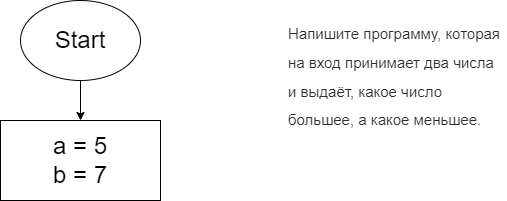
Before: Task101/diagrame.drawio.png, a diagram exported from draw.io (DmitriyMorin/HomeWork). Source tidied: cells renumbered, new cells last; positions are measured from the earlier drawing's top-left corner, leaving out a move shared by most shapes.
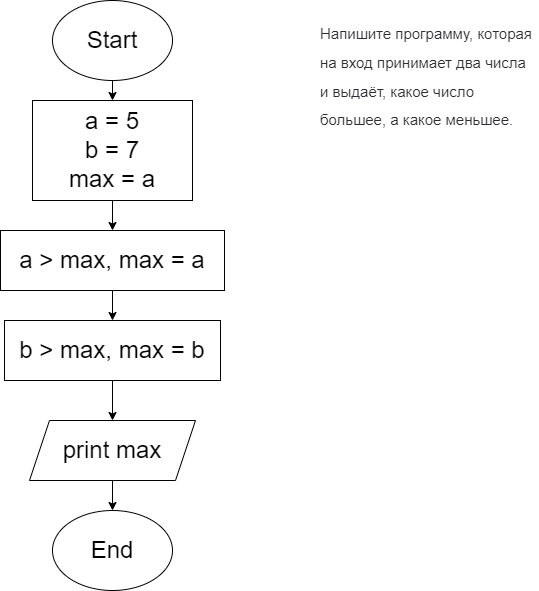
The same file after the commit.

Diff of the diagram source:
```diff
@@ -11,8 +11,32 @@
     <mxCell id="4" value="&lt;span style=&quot;color: rgb(44, 45, 48); font-family: roboto, &amp;quot;san francisco&amp;quot;, &amp;quot;helvetica neue&amp;quot;, helvetica, arial; font-size: 15px; font-style: normal; font-weight: 400; letter-spacing: normal; text-indent: 0px; text-transform: none; word-spacing: 0px; background-color: rgb(255, 255, 255); display: inline; float: none;&quot;&gt;Напишите программу, которая на вход принимает два числа и выдаёт, какое число большее, а какое меньшее.&lt;/span&gt;" style="text;whiteSpace=wrap;html=1;fontSize=24;" parent="1" vertex="1">
       <mxGeometry x="286" y="10" width="220" height="120" as="geometry" />
     </mxCell>
+    <mxCell id="6" style="edgeStyle=none;html=1;exitX=0.5;exitY=1;exitDx=0;exitDy=0;entryX=0.5;entryY=0;entryDx=0;entryDy=0;fontSize=24;" parent="1" edge="1" source="5" target="8">
+      <mxGeometry relative="1" as="geometry" />
+    </mxCell>
-    <mxCell id="5" value="a = 5&lt;br&gt;b = 7" style="rounded=0;whiteSpace=wrap;html=1;fontSize=24;" parent="1" vertex="1">
-      <mxGeometry y="120" width="160" height="80" as="geometry" />
+    <mxCell id="5" value="a = 5&lt;br&gt;b = 7&lt;br&gt;max = a" style="rounded=0;whiteSpace=wrap;html=1;fontSize=24;" parent="1" vertex="1">
+      <mxGeometry y="100" width="160" height="100" as="geometry" />
     </mxCell>
+    <mxCell id="7" style="edgeStyle=none;html=1;exitX=0.5;exitY=1;exitDx=0;exitDy=0;entryX=0.5;entryY=0;entryDx=0;entryDy=0;fontSize=24;" parent="1" edge="1" source="8" target="13">
+      <mxGeometry relative="1" as="geometry" />
+    </mxCell>
+    <mxCell id="8" value="a &amp;gt; max, max = a" style="rounded=0;whiteSpace=wrap;html=1;fontSize=24;" parent="1" vertex="1">
+      <mxGeometry x="-32" y="230" width="224" height="60" as="geometry" />
+    </mxCell>
+    <mxCell id="9" style="edgeStyle=none;html=1;exitX=0.5;exitY=1;exitDx=0;exitDy=0;entryX=0.5;entryY=0;entryDx=0;entryDy=0;fontSize=24;" parent="1" edge="1" source="10" target="11">
+      <mxGeometry relative="1" as="geometry" />
+    </mxCell>
+    <mxCell id="10" value="print max" style="shape=parallelogram;perimeter=parallelogramPerimeter;whiteSpace=wrap;html=1;fixedSize=1;fontSize=24;" parent="1" vertex="1">
+      <mxGeometry x="-3" y="420" width="166" height="60" as="geometry" />
+    </mxCell>
+    <mxCell id="11" value="End" style="ellipse;whiteSpace=wrap;html=1;fontSize=24;" parent="1" vertex="1">
+      <mxGeometry x="20" y="510" width="120" height="80" as="geometry" />
+    </mxCell>
+    <mxCell id="12" style="edgeStyle=none;html=1;exitX=0.5;exitY=1;exitDx=0;exitDy=0;entryX=0.5;entryY=0;entryDx=0;entryDy=0;fontSize=24;" parent="1" edge="1" source="13" target="10">
+      <mxGeometry relative="1" as="geometry" />
+    </mxCell>
+    <mxCell id="13" value="b &amp;gt; max, max = b" style="rounded=0;whiteSpace=wrap;html=1;fontSize=24;" parent="1" vertex="1">
+      <mxGeometry x="-28" y="320" width="216" height="60" as="geometry" />
+    </mxCell>
   </root>
 </mxGraphModel>
```
